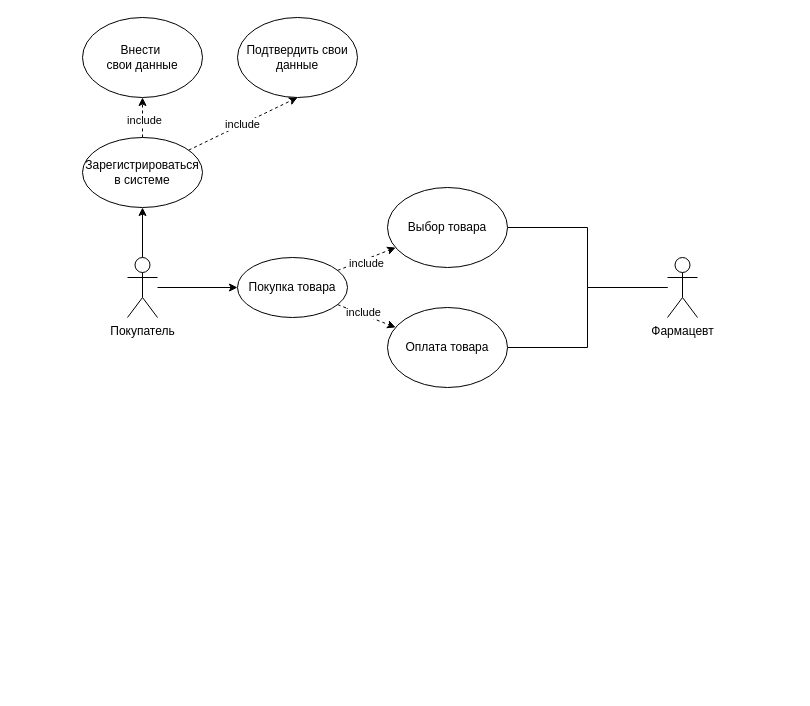
This is AKMS/PR_2/pr2_2.drawio from Idontlikeni/fourth_semestr, a draw.io file, before an edit. Source tidied: cells renumbered, new cells numbered last; positions are measured from the earlier drawing's top-left corner, leaving out a move shared by most shapes. Both pictures are drawn from the tidied source at 100%, with x=0, y=0 at pixel (82, 17).
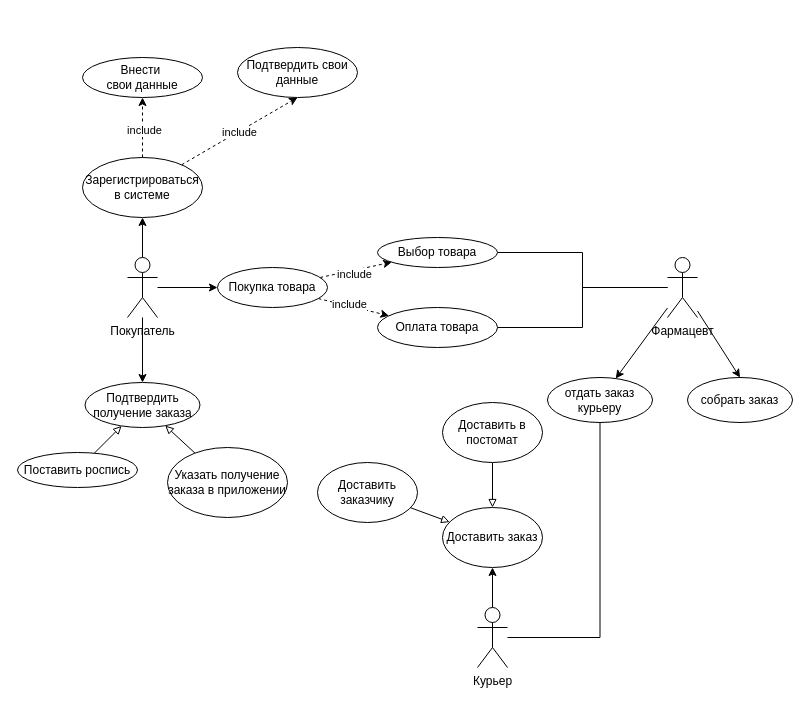
The same diagram, later.

The change refers to these unchanged cells:
```xml
<mxCell id="4" value="Покупатель" style="shape=umlActor;verticalLabelPosition=bottom;verticalAlign=top;html=1;outlineConnect=0;" parent="1" vertex="1">
  <mxGeometry x="45" y="240" width="30" height="60" as="geometry" />
</mxCell>
<mxCell id="21" value="Фармацевт" style="shape=umlActor;verticalLabelPosition=bottom;verticalAlign=top;html=1;outlineConnect=0;" parent="1" vertex="1">
  <mxGeometry x="585" y="240" width="30" height="60" as="geometry" />
</mxCell>
```

Diff of the diagram source:
```diff
@@
+    <mxCell id="22" style="edgeStyle=orthogonalEdgeStyle;rounded=0;jettySize=auto;html=1;entryX=0.5;entryY=0;entryDx=0;entryDy=0;" parent="1" edge="1" source="4" target="30">
+      <mxGeometry relative="1" as="geometry" />
+    </mxCell>
@@
     <mxCell id="9" value="Зарегистрироваться в системе" style="ellipse;whiteSpace=wrap;html=1;" parent="1" vertex="1">
-      <mxGeometry y="120" width="120" height="70" as="geometry" />
+      <mxGeometry y="140" width="120" height="60" as="geometry" />
     </mxCell>
     <mxCell id="10" value="Внести&amp;nbsp;&lt;div&gt;свои данные&lt;/div&gt;" style="ellipse;whiteSpace=wrap;html=1;" parent="1" vertex="1">
-      <mxGeometry width="120" height="80" as="geometry" />
+      <mxGeometry y="40" width="120" height="40" as="geometry" />
     </mxCell>
     <mxCell id="11" value="Подтвердить свои данные" style="ellipse;whiteSpace=wrap;html=1;" parent="1" vertex="1">
-      <mxGeometry x="155" width="120" height="80" as="geometry" />
+      <mxGeometry x="155" y="30" width="120" height="50" as="geometry" />
     </mxCell>
@@
     <mxCell id="16" value="Покупка товара" style="ellipse;whiteSpace=wrap;html=1;" parent="1" vertex="1">
-      <mxGeometry x="155" y="240" width="110" height="60" as="geometry" />
+      <mxGeometry x="135" y="250" width="110" height="40" as="geometry" />
     </mxCell>
@@
     <mxCell id="18" value="Выбор товара" style="ellipse;whiteSpace=wrap;html=1;" parent="1" vertex="1">
-      <mxGeometry x="305" y="170" width="120" height="80" as="geometry" />
+      <mxGeometry x="295" y="220" width="120" height="30" as="geometry" />
     </mxCell>
@@
     <mxCell id="20" value="Оплата товара" style="ellipse;whiteSpace=wrap;html=1;" parent="1" vertex="1">
-      <mxGeometry x="305" y="290" width="120" height="80" as="geometry" />
+      <mxGeometry x="295" y="290" width="120" height="40" as="geometry" />
     </mxCell>
+    <mxCell id="23" style="rounded=0;jettySize=auto;html=1;entryX=0.5;entryY=0;entryDx=0;entryDy=0;" parent="1" edge="1" source="21" target="27">
+      <mxGeometry relative="1" as="geometry" />
+    </mxCell>
+    <mxCell id="24" style="rounded=0;jettySize=auto;html=1;" parent="1" edge="1" source="21" target="29">
+      <mxGeometry relative="1" as="geometry" />
+    </mxCell>
@@
+    <mxCell id="25" style="edgeStyle=orthogonalEdgeStyle;rounded=0;jettySize=auto;html=1;entryX=0.5;entryY=1;entryDx=0;entryDy=0;" parent="1" edge="1" source="26" target="35">
+      <mxGeometry relative="1" as="geometry" />
+    </mxCell>
+    <mxCell id="26" value="Курьер" style="shape=umlActor;verticalLabelPosition=bottom;verticalAlign=top;html=1;outlineConnect=0;" parent="1" vertex="1">
+      <mxGeometry x="395" y="590" width="30" height="60" as="geometry" />
+    </mxCell>
+    <mxCell id="27" value="собрать заказ" style="ellipse;whiteSpace=wrap;html=1;" parent="1" vertex="1">
+      <mxGeometry x="605" y="360" width="105" height="45" as="geometry" />
+    </mxCell>
+    <mxCell id="28" style="edgeStyle=orthogonalEdgeStyle;rounded=0;jettySize=auto;html=1;endArrow=none;startFill=0;" parent="1" edge="1" source="29" target="26">
+      <mxGeometry relative="1" as="geometry">
+        <Array as="points">
+          <mxPoint x="518" y="620" />
+        </Array>
+      </mxGeometry>
+    </mxCell>
+    <mxCell id="29" value="отдать заказ курьеру" style="ellipse;whiteSpace=wrap;html=1;" parent="1" vertex="1">
+      <mxGeometry x="465" y="360" width="105" height="45" as="geometry" />
+    </mxCell>
+    <mxCell id="30" value="Подтвердить получение заказа" style="ellipse;whiteSpace=wrap;html=1;" parent="1" vertex="1">
+      <mxGeometry x="2.5" y="365" width="115" height="45" as="geometry" />
+    </mxCell>
+    <mxCell id="31" style="rounded=0;jettySize=auto;html=1;endArrow=block;endFill=0;" parent="1" edge="1" source="32" target="30">
+      <mxGeometry relative="1" as="geometry" />
+    </mxCell>
+    <mxCell id="32" value="Поставить роспись" style="ellipse;whiteSpace=wrap;html=1;" parent="1" vertex="1">
+      <mxGeometry x="-65" y="435" width="120" height="35" as="geometry" />
+    </mxCell>
+    <mxCell id="33" style="rounded=0;jettySize=auto;html=1;endArrow=block;endFill=0;" parent="1" edge="1" source="34" target="30">
+      <mxGeometry relative="1" as="geometry" />
+    </mxCell>
+    <mxCell id="34" value="Указать получение заказа в приложении" style="ellipse;whiteSpace=wrap;html=1;" parent="1" vertex="1">
+      <mxGeometry x="85" y="430" width="120" height="70" as="geometry" />
+    </mxCell>
+    <mxCell id="35" value="Доставить заказ" style="ellipse;whiteSpace=wrap;html=1;" parent="1" vertex="1">
+      <mxGeometry x="360" y="490" width="100" height="60" as="geometry" />
+    </mxCell>
+    <mxCell id="36" style="rounded=0;jettySize=auto;html=1;endArrow=block;endFill=0;" parent="1" edge="1" source="37" target="35">
+      <mxGeometry relative="1" as="geometry" />
+    </mxCell>
+    <mxCell id="37" value="Доставить заказчику" style="ellipse;whiteSpace=wrap;html=1;" parent="1" vertex="1">
+      <mxGeometry x="235" y="445" width="100" height="60" as="geometry" />
+    </mxCell>
+    <mxCell id="38" style="edgeStyle=orthogonalEdgeStyle;rounded=0;jettySize=auto;html=1;entryX=0.5;entryY=0;entryDx=0;entryDy=0;endArrow=block;endFill=0;" parent="1" edge="1" source="39" target="35">
+      <mxGeometry relative="1" as="geometry" />
+    </mxCell>
+    <mxCell id="39" value="Доставить в постомат" style="ellipse;whiteSpace=wrap;html=1;" parent="1" vertex="1">
+      <mxGeometry x="360" y="385" width="100" height="60" as="geometry" />
+    </mxCell>
```
